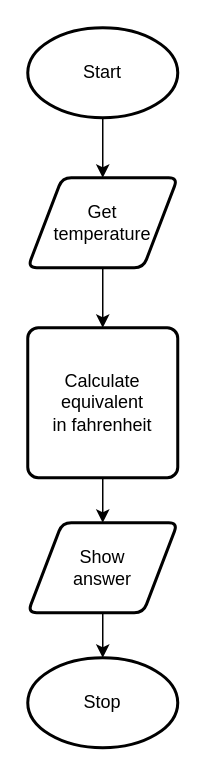
Earlier version of the draw.io diagram .flowchart.drawio (Miguel-Santacruz/ICS3U-Unit5-01-Python). Source tidied: cells renumbered, new cells numbered last; positions are measured from the earlier drawing's top-left corner, leaving out a move shared by most shapes. Both pictures are drawn from the tidied source at 150%, with x=0, y=0 at pixel (27, 27).
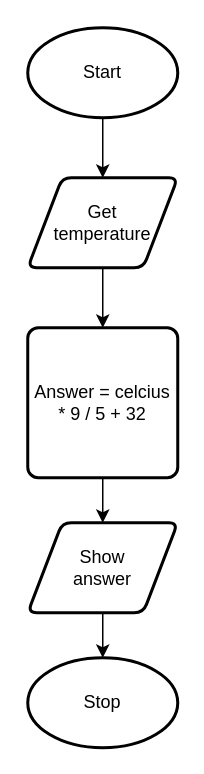
Above is the later version.

Diff of the diagram source:
```diff
@@
 <mxGraphModel>
   <root>
     <mxCell id="0" />
     <mxCell id="1" parent="0" />
     <mxCell id="2" style="edgeStyle=none;html=1;" parent="1" edge="1" source="3" target="5">
       <mxGeometry relative="1" as="geometry" />
     </mxCell>
     <mxCell id="3" value="Start" style="strokeWidth=2;html=1;shape=mxgraph.flowchart.start_1;whiteSpace=wrap;" parent="1" vertex="1">
       <mxGeometry width="100" height="60" as="geometry" />
     </mxCell>
     <mxCell id="4" style="edgeStyle=none;html=1;" parent="1" edge="1" source="5" target="7">
       <mxGeometry relative="1" as="geometry" />
     </mxCell>
     <mxCell id="5" value="Get &lt;br&gt;temperature" style="shape=parallelogram;html=1;strokeWidth=2;perimeter=parallelogramPerimeter;whiteSpace=wrap;rounded=1;arcSize=12;size=0.23;" parent="1" vertex="1">
       <mxGeometry y="100" width="100" height="60" as="geometry" />
     </mxCell>
     <mxCell id="6" style="edgeStyle=none;html=1;exitX=0.5;exitY=1;exitDx=0;exitDy=0;entryX=0.5;entryY=0;entryDx=0;entryDy=0;" parent="1" edge="1" source="7" target="9">
       <mxGeometry relative="1" as="geometry" />
     </mxCell>
-    <mxCell id="7" value="Calculate equivalent&lt;br&gt;in fahrenheit" style="rounded=1;whiteSpace=wrap;html=1;absoluteArcSize=1;arcSize=14;strokeWidth=2;" parent="1" vertex="1">
+    <mxCell id="7" value="Answer = celcius * 9 / 5 + 32" style="rounded=1;whiteSpace=wrap;html=1;absoluteArcSize=1;arcSize=14;strokeWidth=2;" parent="1" vertex="1">
       <mxGeometry y="200" width="100" height="100" as="geometry" />
     </mxCell>
     <mxCell id="8" style="edgeStyle=none;html=1;" parent="1" edge="1" source="9" target="10">
       <mxGeometry relative="1" as="geometry" />
     </mxCell>
     <mxCell id="9" value="Show &lt;br&gt;answer" style="shape=parallelogram;html=1;strokeWidth=2;perimeter=parallelogramPerimeter;whiteSpace=wrap;rounded=1;arcSize=12;size=0.23;" parent="1" vertex="1">
       <mxGeometry y="330" width="100" height="60" as="geometry" />
     </mxCell>
     <mxCell id="10" value="Stop" style="strokeWidth=2;html=1;shape=mxgraph.flowchart.start_1;whiteSpace=wrap;" parent="1" vertex="1">
       <mxGeometry y="420" width="100" height="60" as="geometry" />
     </mxCell>
   </root>
 </mxGraphModel>
```
